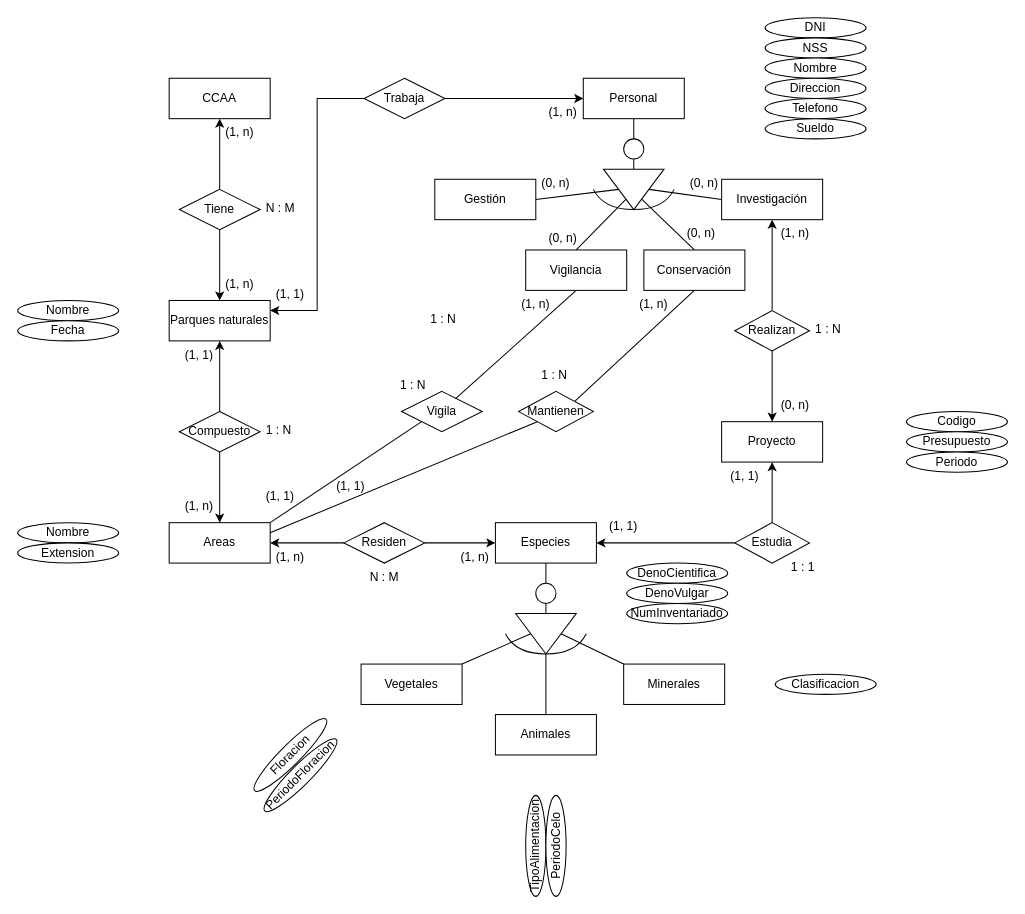
Before: page "Ejercicio Parques Naturales" (1 of 3) of Ejercicios_Repaso.drawio in Lioteronn/erp-diagrams, a draw.io diagram. Source tidied: cells renumbered, new cells numbered last; positions are measured from the earlier drawing's top-left corner, leaving out a move shared by most shapes. Both pictures are drawn from the tidied source at 101%, with x=0, y=0 at pixel (17, 17).
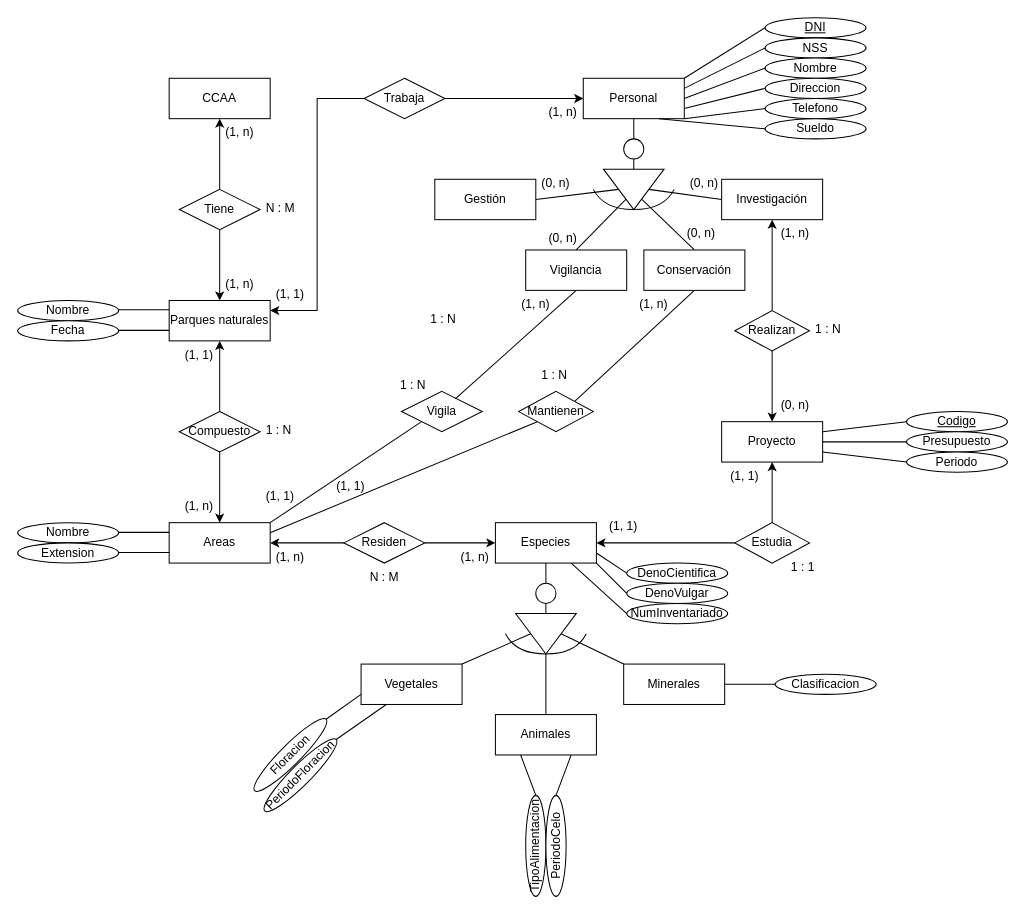
After the change.

The change refers to these unchanged cells:
```xml
<mxCell id="15" value="Especies" style="whiteSpace=wrap;html=1;align=center;" parent="1" vertex="1">
  <mxGeometry x="473" y="500" width="100" height="40" as="geometry" />
</mxCell>
<mxCell id="20" value="Vegetales" style="whiteSpace=wrap;html=1;align=center;" parent="1" vertex="1">
  <mxGeometry x="340" y="640" width="100" height="40" as="geometry" />
</mxCell>
<mxCell id="21" value="Animales" style="whiteSpace=wrap;html=1;align=center;" parent="1" vertex="1">
  <mxGeometry x="473" y="690" width="100" height="40" as="geometry" />
</mxCell>
<mxCell id="22" value="Minerales" style="whiteSpace=wrap;html=1;align=center;" parent="1" vertex="1">
  <mxGeometry x="600" y="640" width="100" height="40" as="geometry" />
</mxCell>
<mxCell id="29" value="Personal" style="whiteSpace=wrap;html=1;align=center;" parent="1" vertex="1">
  <mxGeometry x="560" y="60" width="100" height="40" as="geometry" />
</mxCell>
<mxCell id="57" value="Proyecto" style="whiteSpace=wrap;html=1;align=center;" parent="1" vertex="1">
  <mxGeometry x="697" y="400" width="100" height="40" as="geometry" />
</mxCell>
<mxCell id="68" value="NSS" style="ellipse;whiteSpace=wrap;html=1;align=center;" parent="1" vertex="1">
  <mxGeometry x="740" y="20" width="100" height="20" as="geometry" />
</mxCell>
<mxCell id="69" value="Nombre" style="ellipse;whiteSpace=wrap;html=1;align=center;" parent="1" vertex="1">
  <mxGeometry x="740" y="40" width="100" height="20" as="geometry" />
</mxCell>
<mxCell id="82" value="Direccion" style="ellipse;whiteSpace=wrap;html=1;align=center;" parent="1" vertex="1">
  <mxGeometry x="740" y="60" width="100" height="20" as="geometry" />
</mxCell>
<mxCell id="83" value="Telefono" style="ellipse;whiteSpace=wrap;html=1;align=center;" parent="1" vertex="1">
  <mxGeometry x="740" y="80" width="100" height="20" as="geometry" />
</mxCell>
<mxCell id="84" value="Sueldo" style="ellipse;whiteSpace=wrap;html=1;align=center;" parent="1" vertex="1">
  <mxGeometry x="740" y="100" width="100" height="20" as="geometry" />
</mxCell>
<mxCell id="85" value="DenoCientifica" style="ellipse;whiteSpace=wrap;html=1;align=center;" parent="1" vertex="1">
  <mxGeometry x="603" y="540" width="100" height="20" as="geometry" />
</mxCell>
<mxCell id="86" value="DenoVulgar" style="ellipse;whiteSpace=wrap;html=1;align=center;" parent="1" vertex="1">
  <mxGeometry x="603" y="560" width="100" height="20" as="geometry" />
</mxCell>
<mxCell id="87" value="NumInventariado" style="ellipse;whiteSpace=wrap;html=1;align=center;" parent="1" vertex="1">
  <mxGeometry x="603" y="580" width="100" height="20" as="geometry" />
</mxCell>
<mxCell id="88" value="Floracion" style="ellipse;whiteSpace=wrap;html=1;align=center;rotation=-45;" parent="1" vertex="1">
  <mxGeometry x="220" y="720" width="100" height="20" as="geometry" />
</mxCell>
<mxCell id="89" value="PeriodoFloracion" style="ellipse;whiteSpace=wrap;html=1;align=center;rotation=-45;" parent="1" vertex="1">
  <mxGeometry x="230" y="740" width="100" height="20" as="geometry" />
</mxCell>
<mxCell id="90" value="TipoAlimentacion" style="ellipse;whiteSpace=wrap;html=1;align=center;rotation=-90;" parent="1" vertex="1">
  <mxGeometry x="463" y="810" width="100" height="20" as="geometry" />
</mxCell>
<mxCell id="91" value="PeriodoCelo" style="ellipse;whiteSpace=wrap;html=1;align=center;rotation=-90;" parent="1" vertex="1">
  <mxGeometry x="483" y="810" width="100" height="20" as="geometry" />
</mxCell>
<mxCell id="92" value="Clasificacion" style="ellipse;whiteSpace=wrap;html=1;align=center;" parent="1" vertex="1">
  <mxGeometry x="750" y="650" width="100" height="20" as="geometry" />
</mxCell>
<mxCell id="94" value="Presupuesto" style="ellipse;whiteSpace=wrap;html=1;align=center;" parent="1" vertex="1">
  <mxGeometry x="880" y="410" width="100" height="20" as="geometry" />
</mxCell>
<mxCell id="95" value="Periodo" style="ellipse;whiteSpace=wrap;html=1;align=center;" parent="1" vertex="1">
  <mxGeometry x="880" y="430" width="100" height="20" as="geometry" />
</mxCell>
```

Diff of the diagram source:
```diff
@@
-    <mxCell id="67" value="DNI" style="ellipse;whiteSpace=wrap;html=1;align=center;" parent="1" vertex="1">
+    <mxCell id="67" value="DNI" style="ellipse;whiteSpace=wrap;html=1;align=center;fontStyle=4;" parent="1" vertex="1">
       <mxGeometry x="740" width="100" height="20" as="geometry" />
     </mxCell>
@@
-    <mxCell id="93" value="Codigo" style="ellipse;whiteSpace=wrap;html=1;align=center;" parent="1" vertex="1">
+    <mxCell id="93" value="Codigo" style="ellipse;whiteSpace=wrap;html=1;align=center;fontStyle=4;" parent="1" vertex="1">
       <mxGeometry x="880" y="390" width="100" height="20" as="geometry" />
     </mxCell>
@@
+    <mxCell id="105" style="endArrow=none;html=1;rounded=0;entryX=0;entryY=0.5;entryDx=0;entryDy=0;exitX=1;exitY=0;exitDx=0;exitDy=0;" parent="1" edge="1" source="29" target="67">
+      <mxGeometry relative="1" as="geometry" />
+    </mxCell>
+    <mxCell id="106" style="endArrow=none;html=1;rounded=0;entryX=0;entryY=0.5;entryDx=0;entryDy=0;exitX=1;exitY=0.25;exitDx=0;exitDy=0;" parent="1" edge="1" source="29" target="68">
+      <mxGeometry relative="1" as="geometry" />
+    </mxCell>
+    <mxCell id="107" style="endArrow=none;html=1;rounded=0;entryX=0;entryY=0.5;entryDx=0;entryDy=0;exitX=1;exitY=0.5;exitDx=0;exitDy=0;" parent="1" edge="1" source="29" target="69">
+      <mxGeometry relative="1" as="geometry" />
+    </mxCell>
+    <mxCell id="108" style="endArrow=none;html=1;rounded=0;entryX=0;entryY=0.5;entryDx=0;entryDy=0;exitX=1;exitY=0.75;exitDx=0;exitDy=0;" parent="1" edge="1" source="29" target="82">
+      <mxGeometry relative="1" as="geometry" />
+    </mxCell>
+    <mxCell id="109" style="endArrow=none;html=1;rounded=0;entryX=0;entryY=0.5;entryDx=0;entryDy=0;exitX=1;exitY=1;exitDx=0;exitDy=0;" parent="1" edge="1" source="29" target="83">
+      <mxGeometry relative="1" as="geometry" />
+    </mxCell>
+    <mxCell id="110" style="endArrow=none;html=1;rounded=0;entryX=0;entryY=0.5;entryDx=0;entryDy=0;exitX=0.75;exitY=1;exitDx=0;exitDy=0;" parent="1" edge="1" source="29" target="84">
+      <mxGeometry relative="1" as="geometry" />
+    </mxCell>
+    <mxCell id="111" style="endArrow=none;html=1;rounded=0;entryX=0;entryY=0.5;entryDx=0;entryDy=0;exitX=1;exitY=1;exitDx=0;exitDy=0;" parent="1" edge="1" target="93">
+      <mxGeometry relative="1" as="geometry">
+        <mxPoint x="797" y="410" as="sourcePoint" />
+      </mxGeometry>
+    </mxCell>
+    <mxCell id="112" style="endArrow=none;html=1;rounded=0;entryX=0;entryY=0.5;entryDx=0;entryDy=0;exitX=1;exitY=0.5;exitDx=0;exitDy=0;" parent="1" edge="1" source="57" target="94">
+      <mxGeometry relative="1" as="geometry" />
+    </mxCell>
+    <mxCell id="113" style="endArrow=none;html=1;rounded=0;entryX=0;entryY=0.5;entryDx=0;entryDy=0;exitX=1;exitY=0.75;exitDx=0;exitDy=0;" parent="1" edge="1" source="57" target="95">
+      <mxGeometry relative="1" as="geometry" />
+    </mxCell>
+    <mxCell id="114" style="endArrow=none;html=1;rounded=0;entryX=0;entryY=0.5;entryDx=0;entryDy=0;exitX=1;exitY=0.5;exitDx=0;exitDy=0;" parent="1" edge="1" source="22" target="92">
+      <mxGeometry relative="1" as="geometry" />
+    </mxCell>
+    <mxCell id="115" style="endArrow=none;html=1;rounded=0;entryX=0;entryY=0.5;entryDx=0;entryDy=0;exitX=0.75;exitY=1;exitDx=0;exitDy=0;" parent="1" edge="1" source="15" target="87">
+      <mxGeometry relative="1" as="geometry" />
+    </mxCell>
+    <mxCell id="116" style="endArrow=none;html=1;rounded=0;entryX=0;entryY=0.5;entryDx=0;entryDy=0;exitX=1;exitY=1;exitDx=0;exitDy=0;" parent="1" edge="1" source="15" target="86">
+      <mxGeometry relative="1" as="geometry" />
+    </mxCell>
+    <mxCell id="117" style="endArrow=none;html=1;rounded=0;entryX=0;entryY=0.5;entryDx=0;entryDy=0;exitX=1;exitY=0.75;exitDx=0;exitDy=0;" parent="1" edge="1" source="15" target="85">
+      <mxGeometry relative="1" as="geometry" />
+    </mxCell>
+    <mxCell id="118" style="endArrow=none;html=1;rounded=0;entryX=1;entryY=0.5;entryDx=0;entryDy=0;exitX=0.75;exitY=1;exitDx=0;exitDy=0;" parent="1" edge="1" source="21" target="91">
+      <mxGeometry relative="1" as="geometry" />
+    </mxCell>
+    <mxCell id="119" style="endArrow=none;html=1;rounded=0;entryX=1;entryY=0.5;entryDx=0;entryDy=0;exitX=0.25;exitY=1;exitDx=0;exitDy=0;" parent="1" edge="1" source="21" target="90">
+      <mxGeometry relative="1" as="geometry" />
+    </mxCell>
+    <mxCell id="120" style="endArrow=none;html=1;rounded=0;entryX=1;entryY=0.5;entryDx=0;entryDy=0;exitX=0.25;exitY=1;exitDx=0;exitDy=0;" parent="1" edge="1" source="20" target="89">
+      <mxGeometry relative="1" as="geometry" />
+    </mxCell>
+    <mxCell id="121" style="endArrow=none;html=1;rounded=0;entryX=1;entryY=0.5;entryDx=0;entryDy=0;exitX=0;exitY=0.75;exitDx=0;exitDy=0;" parent="1" edge="1" source="20" target="88">
+      <mxGeometry relative="1" as="geometry" />
+    </mxCell>
+    <mxCell id="122" style="endArrow=none;html=1;rounded=0;entryX=0;entryY=0.5;entryDx=0;entryDy=0;exitX=1;exitY=0.5;exitDx=0;exitDy=0;" parent="1" edge="1">
+      <mxGeometry relative="1" as="geometry">
+        <mxPoint x="100" y="529.6" as="sourcePoint" />
+        <mxPoint x="150" y="529.6" as="targetPoint" />
+      </mxGeometry>
+    </mxCell>
+    <mxCell id="123" style="endArrow=none;html=1;rounded=0;entryX=0;entryY=0.5;entryDx=0;entryDy=0;exitX=1;exitY=0.5;exitDx=0;exitDy=0;" parent="1" edge="1">
+      <mxGeometry relative="1" as="geometry">
+        <mxPoint x="100" y="509.6" as="sourcePoint" />
+        <mxPoint x="150" y="509.6" as="targetPoint" />
+      </mxGeometry>
+    </mxCell>
+    <mxCell id="124" style="endArrow=none;html=1;rounded=0;entryX=0;entryY=0.5;entryDx=0;entryDy=0;exitX=1;exitY=0.5;exitDx=0;exitDy=0;" parent="1" edge="1">
+      <mxGeometry relative="1" as="geometry">
+        <mxPoint x="100" y="309.6" as="sourcePoint" />
+        <mxPoint x="150" y="309.6" as="targetPoint" />
+      </mxGeometry>
+    </mxCell>
+    <mxCell id="125" style="endArrow=none;html=1;rounded=0;entryX=0;entryY=0.5;entryDx=0;entryDy=0;exitX=1;exitY=0.5;exitDx=0;exitDy=0;" parent="1" edge="1">
+      <mxGeometry relative="1" as="geometry">
+        <mxPoint x="100" y="289.1" as="sourcePoint" />
+        <mxPoint x="150" y="289.1" as="targetPoint" />
+      </mxGeometry>
+    </mxCell>
```
